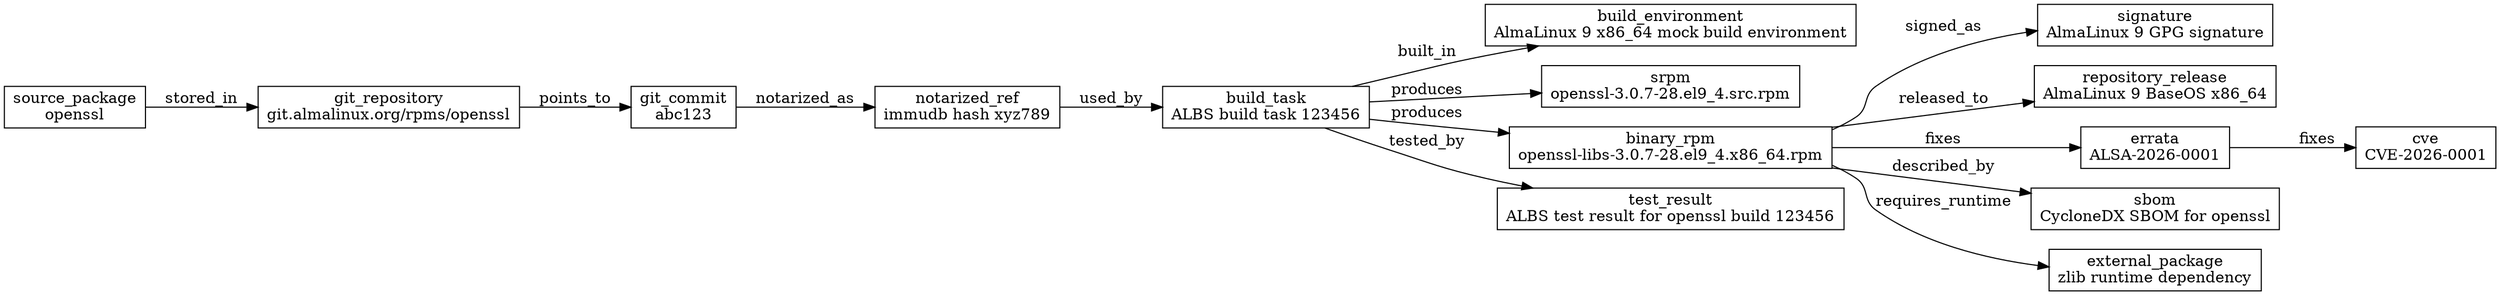
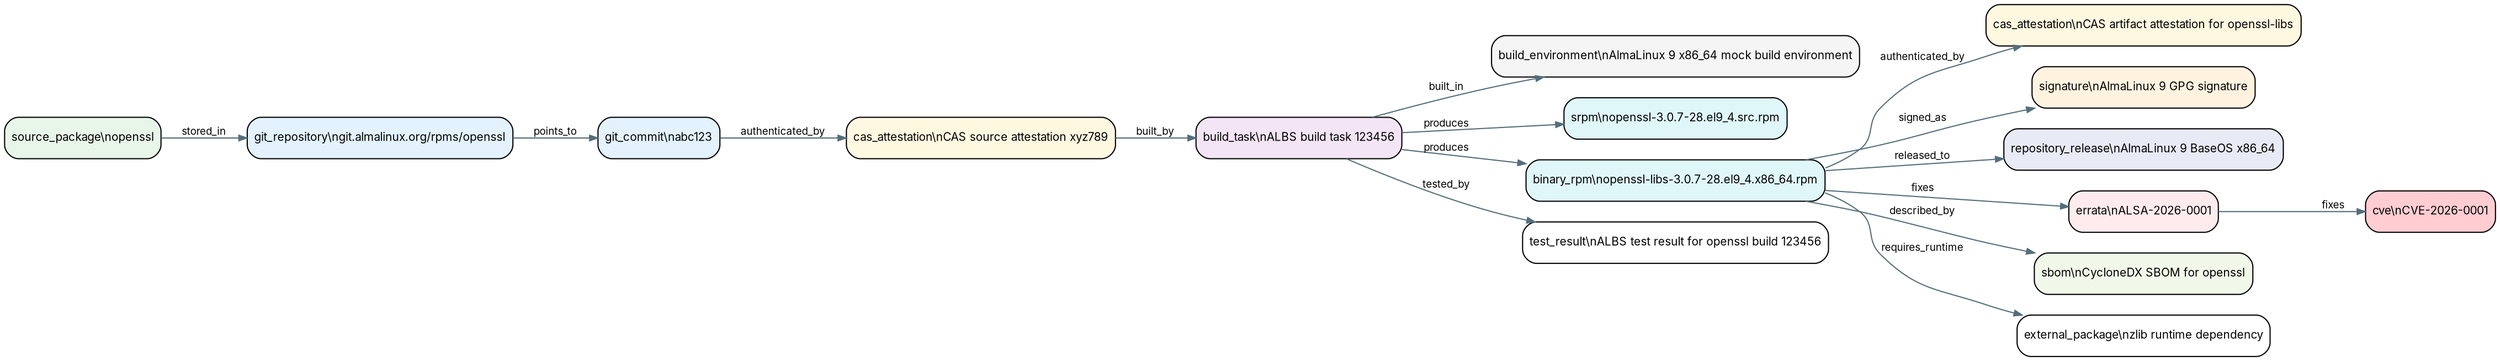
digraph albs_provenance {
-   rankdir=LR;
-   node [shape=box];
-   "src:openssl" [label="source_package\nopenssl"];
-   "repo:git.almalinux.org/rpms/openssl" [label="git_repository\ngit.almalinux.org/rpms/openssl"];
-   "commit:openssl:abc123" [label="git_commit\nabc123"];
-   "notary:immudb:openssl:xyz789" [label="notarized_ref\nimmudb hash xyz789"];
-   "buildenv:alma9:x86_64" [label="build_environment\nAlmaLinux 9 x86_64 mock build environment"];
-   "build:albs:123456" [label="build_task\nALBS build task 123456"];
-   "srpm:openssl:3.0.7-28.el9_4" [label="srpm\nopenssl-3.0.7-28.el9_4.src.rpm"];
-   "rpm:openssl-libs:3.0.7-28.el9_4:x86_64" [label="binary_rpm\nopenssl-libs-3.0.7-28.el9_4.x86_64.rpm"];
-   "test:openssl:albs:123456" [label="test_result\nALBS test result for openssl build 123456"];
-   "sig:gpg:alma9" [label="signature\nAlmaLinux 9 GPG signature"];
-   "repo:alma9:baseos:x86_64" [label="repository_release\nAlmaLinux 9 BaseOS x86_64"];
-   "errata:ALSA-2026-0001" [label="errata\nALSA-2026-0001"];
-   "cve:CVE-2026-0001" [label="cve\nCVE-2026-0001"];
-   "sbom:openssl:cyclonedx" [label="sbom\nCycloneDX SBOM for openssl"];
-   "external:zlib" [label="external_package\nzlib runtime dependency"];
+   graph [rankdir=LR, bgcolor="white", fontname="Inter"];
+   node [shape=box, style="rounded,filled", fontname="Inter", fontsize=10, margin="0.08,0.06"];
+   edge [fontname="Inter", fontsize=9, color="#546E7A", arrowsize=0.7];
+   "src:openssl" [label="source_package\\nopenssl", fillcolor="#E8F5E9"];
+   "repo:git.almalinux.org/rpms/openssl" [label="git_repository\\ngit.almalinux.org/rpms/openssl", fillcolor="#E3F2FD"];
+   "commit:openssl:abc123" [label="git_commit\\nabc123", fillcolor="#E3F2FD"];
+   "cas:source:openssl:xyz789" [label="cas_attestation\\nCAS source attestation xyz789", fillcolor="#FFF8E1"];
+   "buildenv:alma9:x86_64" [label="build_environment\\nAlmaLinux 9 x86_64 mock build environment", fillcolor="#F5F5F5"];
+   "build:albs:123456" [label="build_task\\nALBS build task 123456", fillcolor="#F3E5F5"];
+   "srpm:openssl:3.0.7-28.el9_4" [label="srpm\\nopenssl-3.0.7-28.el9_4.src.rpm", fillcolor="#E0F7FA"];
+   "rpm:openssl-libs:3.0.7-28.el9_4:x86_64" [label="binary_rpm\\nopenssl-libs-3.0.7-28.el9_4.x86_64.rpm", fillcolor="#E0F7FA"];
+   "cas:artifact:openssl-libs:x86_64" [label="cas_attestation\\nCAS artifact attestation for openssl-libs", fillcolor="#FFF8E1"];
+   "test:openssl:albs:123456" [label="test_result\\nALBS test result for openssl build 123456", fillcolor="#FFFFFF"];
+   "sig:gpg:alma9" [label="signature\\nAlmaLinux 9 GPG signature", fillcolor="#FFF3E0"];
+   "repo:alma9:baseos:x86_64" [label="repository_release\\nAlmaLinux 9 BaseOS x86_64", fillcolor="#E8EAF6"];
+   "errata:ALSA-2026-0001" [label="errata\\nALSA-2026-0001", fillcolor="#FFEBEE"];
+   "cve:CVE-2026-0001" [label="cve\\nCVE-2026-0001", fillcolor="#FFCDD2"];
+   "sbom:openssl:cyclonedx" [label="sbom\\nCycloneDX SBOM for openssl", fillcolor="#F1F8E9"];
+   "external:zlib" [label="external_package\\nzlib runtime dependency", fillcolor="#FFFFFF"];
  "src:openssl" -> "repo:git.almalinux.org/rpms/openssl" [label="stored_in"];
  "repo:git.almalinux.org/rpms/openssl" -> "commit:openssl:abc123" [label="points_to"];
-   "commit:openssl:abc123" -> "notary:immudb:openssl:xyz789" [label="notarized_as"];
-   "notary:immudb:openssl:xyz789" -> "build:albs:123456" [label="used_by"];
+   "commit:openssl:abc123" -> "cas:source:openssl:xyz789" [label="authenticated_by"];
+   "cas:source:openssl:xyz789" -> "build:albs:123456" [label="built_by"];
  "build:albs:123456" -> "buildenv:alma9:x86_64" [label="built_in"];
  "build:albs:123456" -> "srpm:openssl:3.0.7-28.el9_4" [label="produces"];
  "build:albs:123456" -> "rpm:openssl-libs:3.0.7-28.el9_4:x86_64" [label="produces"];
+   "rpm:openssl-libs:3.0.7-28.el9_4:x86_64" -> "cas:artifact:openssl-libs:x86_64" [label="authenticated_by"];
  "build:albs:123456" -> "test:openssl:albs:123456" [label="tested_by"];
  "rpm:openssl-libs:3.0.7-28.el9_4:x86_64" -> "sig:gpg:alma9" [label="signed_as"];
  "rpm:openssl-libs:3.0.7-28.el9_4:x86_64" -> "repo:alma9:baseos:x86_64" [label="released_to"];
  "rpm:openssl-libs:3.0.7-28.el9_4:x86_64" -> "errata:ALSA-2026-0001" [label="fixes"];
  "errata:ALSA-2026-0001" -> "cve:CVE-2026-0001" [label="fixes"];
  "rpm:openssl-libs:3.0.7-28.el9_4:x86_64" -> "sbom:openssl:cyclonedx" [label="described_by"];
  "rpm:openssl-libs:3.0.7-28.el9_4:x86_64" -> "external:zlib" [label="requires_runtime"];
}
